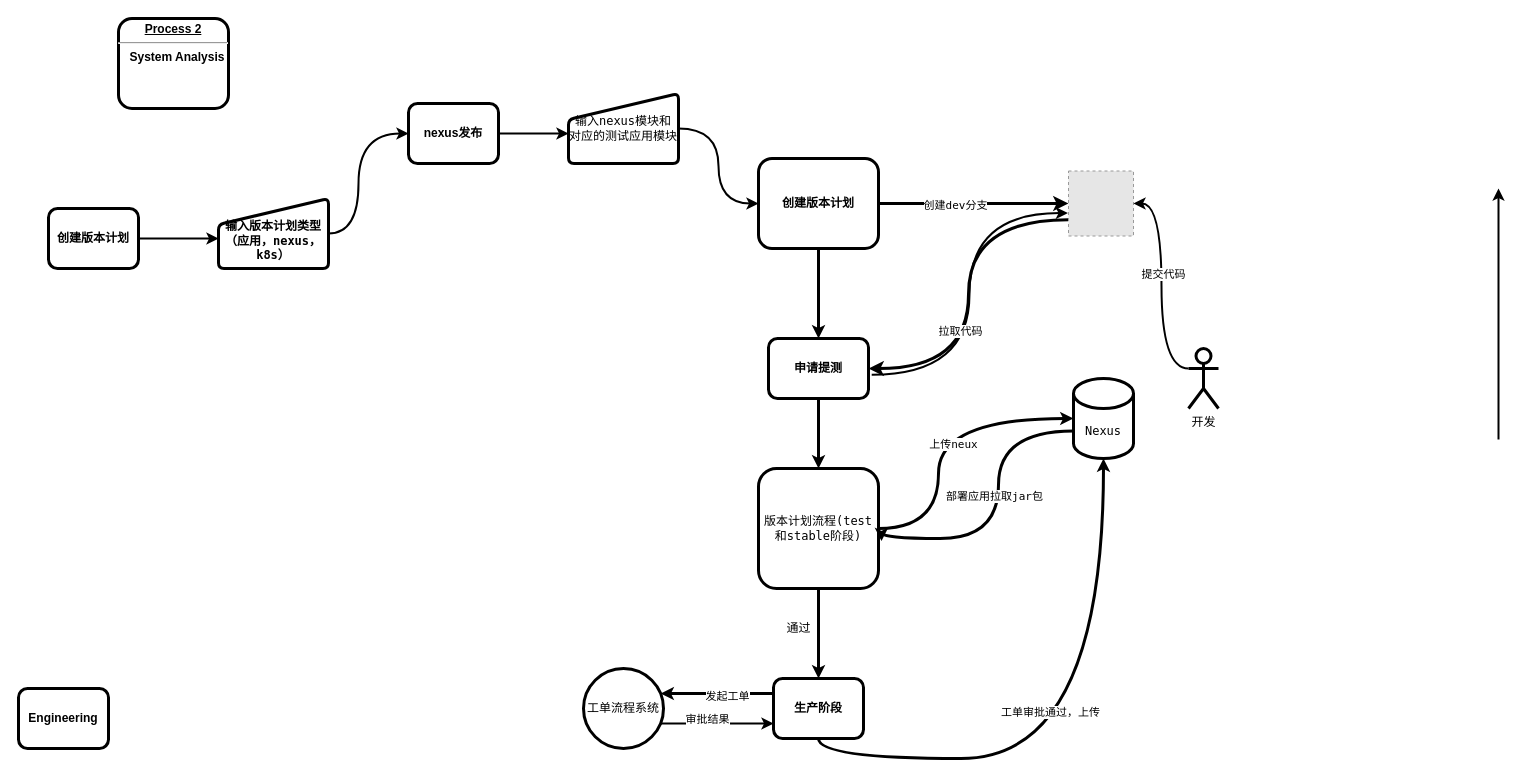
Earlier version of the draw.io diagram demo/demo Diagram.drawio (Makecodeeasy/diagrams). Source tidied: cells renumbered, new cells numbered last; positions are measured from the earlier drawing's top-left corner, leaving out a move shared by most shapes. Both pictures are drawn from the tidied source at 100%, with x=0, y=0 at pixel (18, 18). Pictures stored in the file or linked from it are replaced by grey dashed boxes.
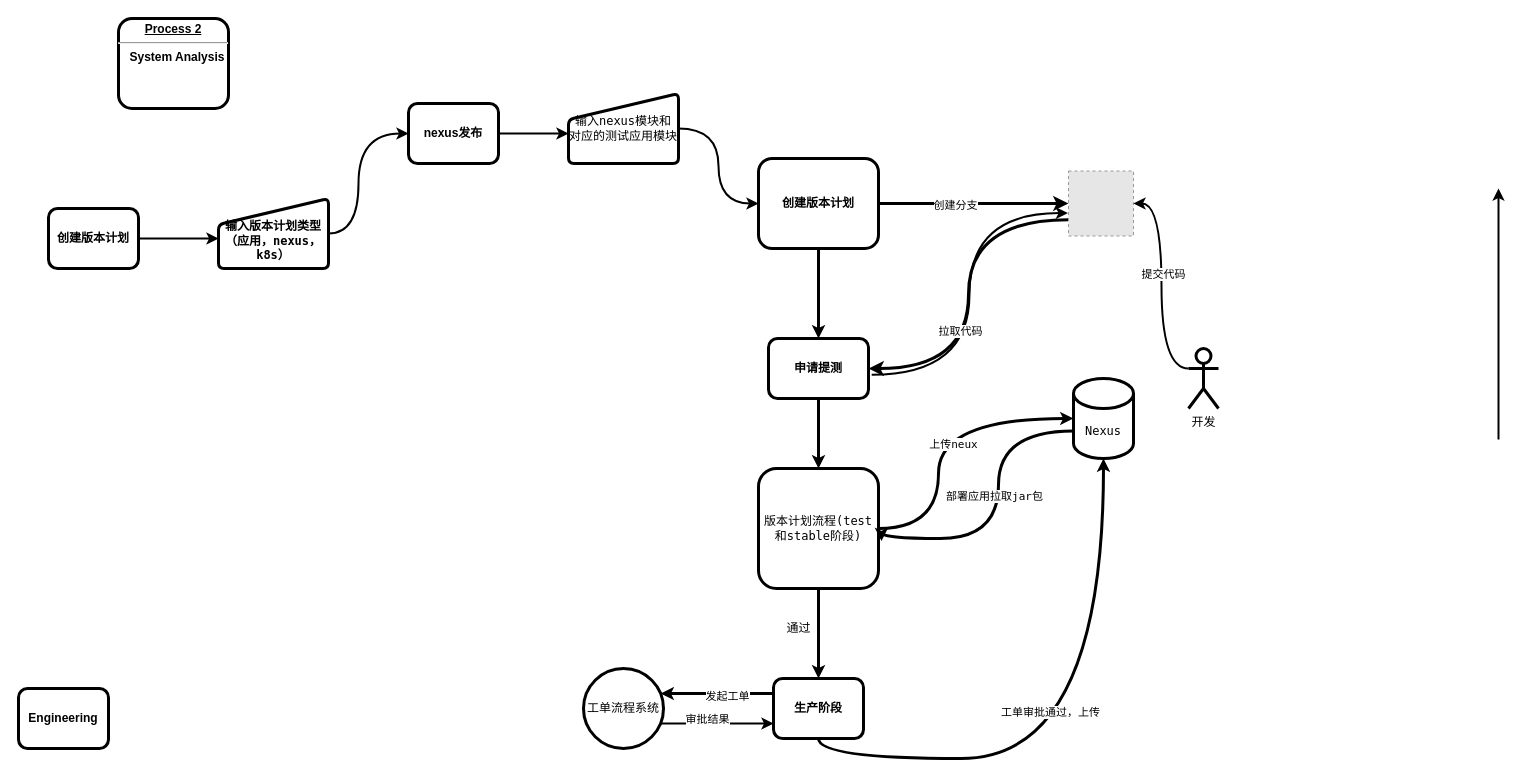
Above is the later version.

Unchanged cells that the change refers to:
```xml
<mxCell id="12" style="edgeStyle=orthogonalEdgeStyle;curved=1;jettySize=auto;html=0;exitX=1;exitY=0.5;exitDx=0;exitDy=0;strokeWidth=3;fontFamily=Lucida Console;" parent="1" edge="1" source="15" target="20">
  <mxGeometry relative="1" as="geometry" />
</mxCell>
```

Change to the diagram source:
```diff
@@
-    <mxCell id="13" value="创建dev分支" style="edgeLabel;html=1;align=center;verticalAlign=middle;fontFamily=Lucida Console;rounded=1;" parent="12" vertex="1">
+    <mxCell id="13" value="创建分支" style="edgeLabel;html=1;align=center;verticalAlign=middle;fontFamily=Lucida Console;rounded=1;" parent="12" vertex="1">
       <mxGeometry x="-0.2" y="-1" relative="1" as="geometry" />
     </mxCell>
```
